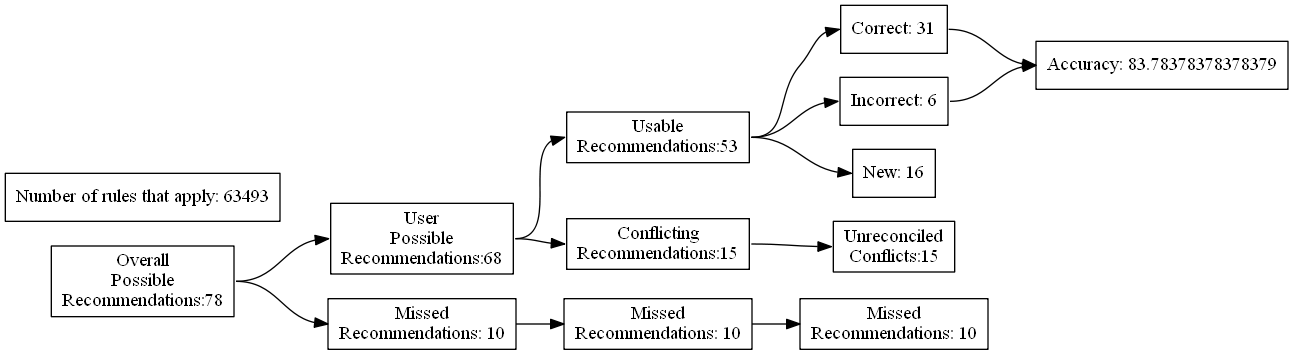
Earlier version of the Graphviz export test_renders/52.gv.png (ZaxR/ibd_diet_analysis). Its source is kept beside it as test_renders/52.gv.
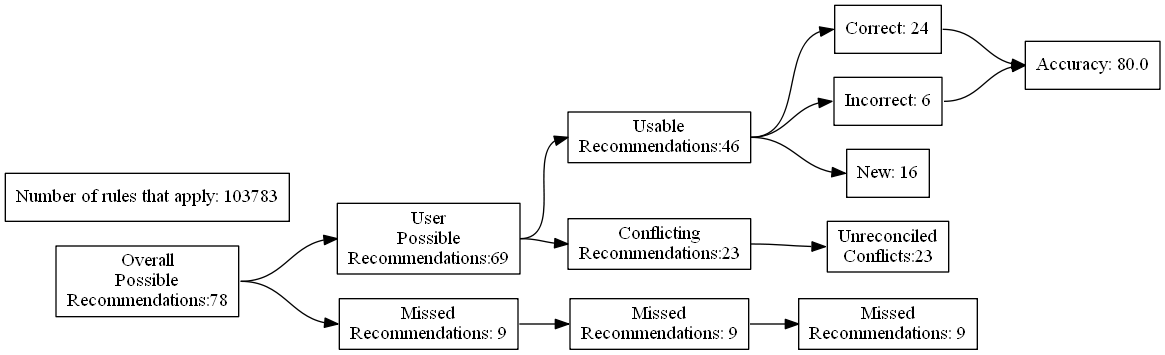
The same diagram one commit later.

Diff of the diagram source:
```diff
@@ -7,24 +7,24 @@
 Recommendations:78"]
 		B [label="User
 Possible
-Recommendations:68"]
+Recommendations:69"]
 		C [label="Missed
-Recommendations: 10"]
+Recommendations: 9"]
 		D [label="Usable
-Recommendations:53"]
+Recommendations:46"]
 		E [label="Conflicting
-Recommendations:15"]
+Recommendations:23"]
 		J [label="Missed
-Recommendations: 10"]
+Recommendations: 9"]
 		M [label="Unreconciled
-Conflicts:15"]
-		F [label="Correct: 31"]
+Conflicts:23"]
+		F [label="Correct: 24"]
 		G [label="Incorrect: 6"]
 		H [label="New: 16"]
 		K [label="Missed
-Recommendations: 10"]
-		I [label="Accuracy: 83.78378378378379"]
-		l [label="Number of rules that apply: 63493"]
+Recommendations: 9"]
+		I [label="Accuracy: 80.0"]
+		l [label="Number of rules that apply: 103783"]
 			A -> B
 			A -> C
 			B -> D
```
